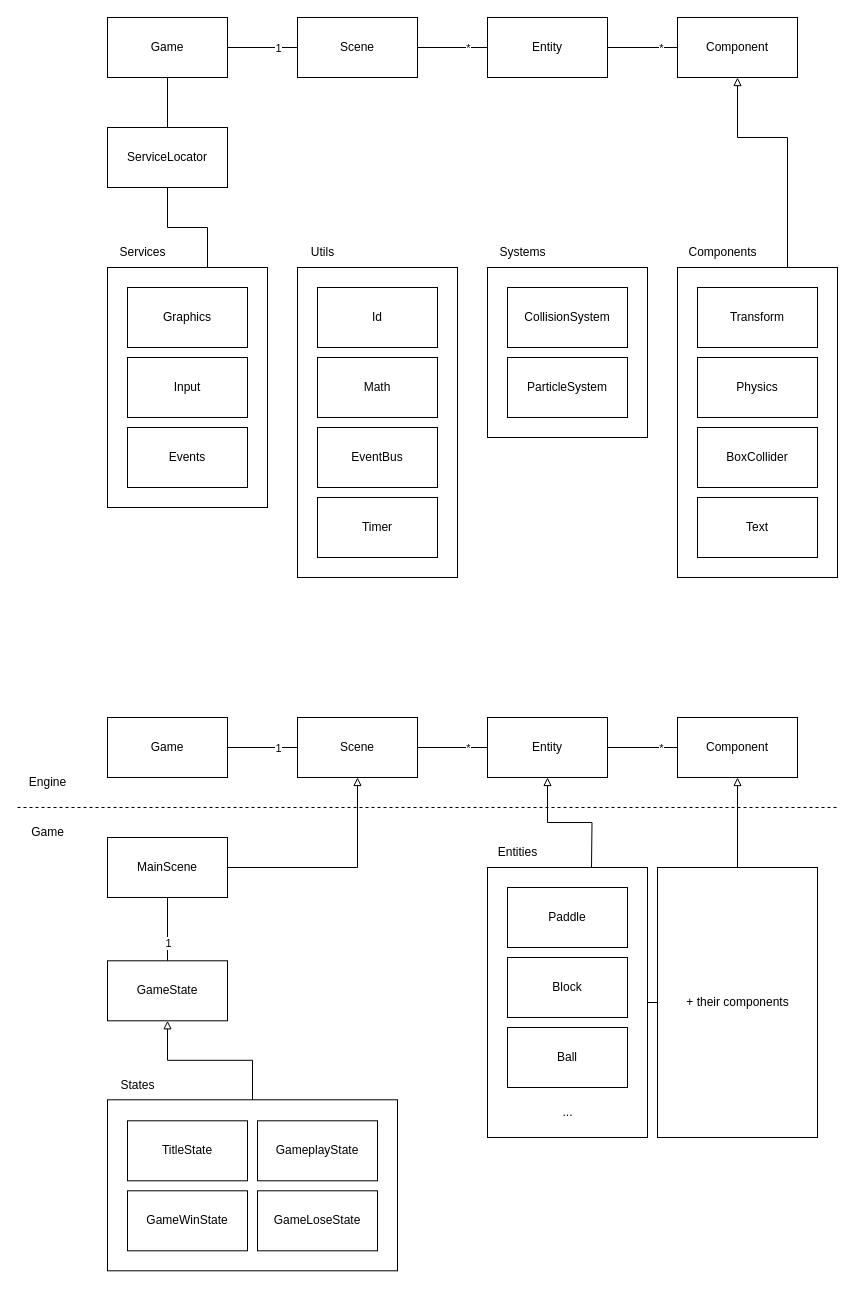
lmalmber/breakout keeps this draw.io diagram as docs/game.drawio. Above is the earlier version. Source tidied: cells renumbered, new cells numbered last; positions are measured from the earlier drawing's top-left corner, leaving out a move shared by most shapes. Both pictures are drawn from the tidied source at 100%, with x=0, y=0 at pixel (17, 17).
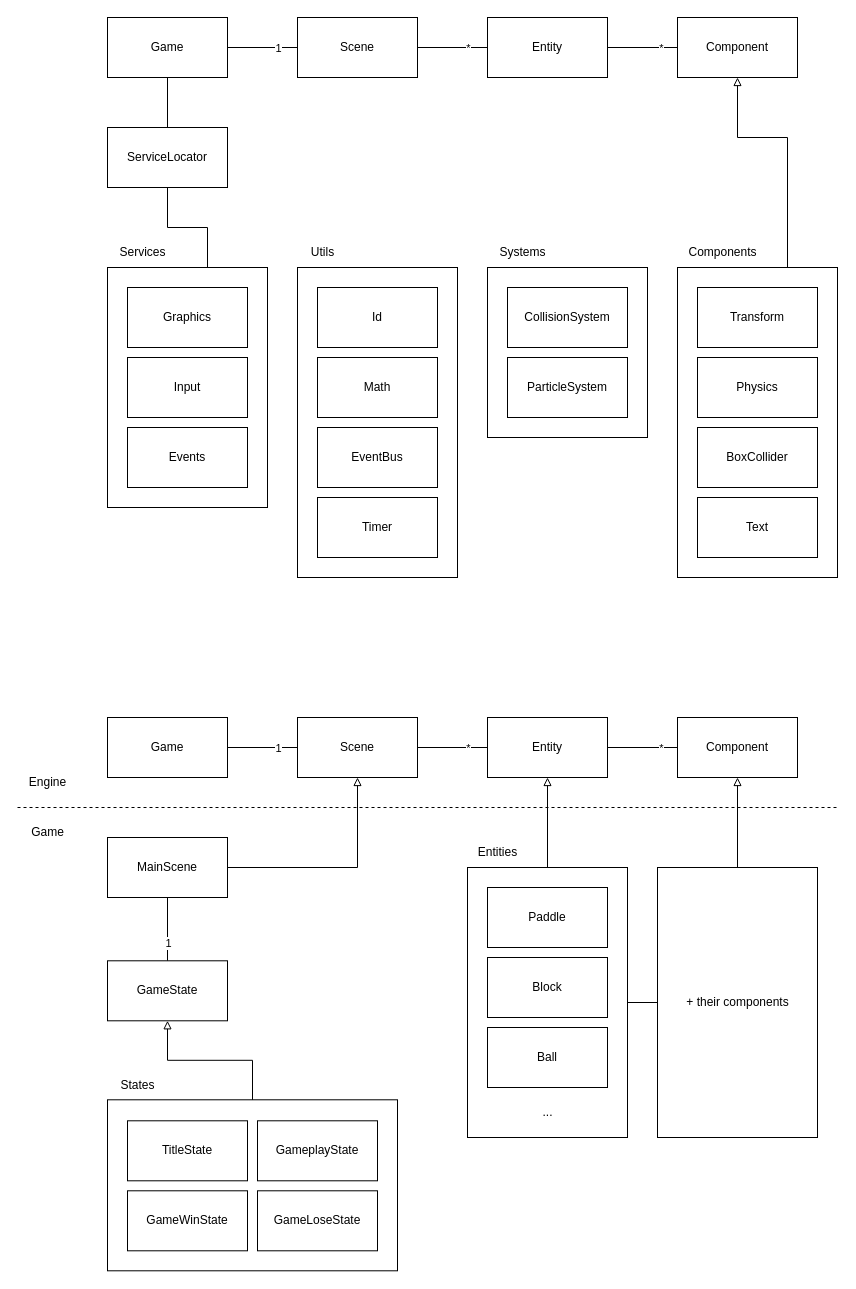
The same diagram, later.

Unchanged cells that the change refers to:
```xml
<mxCell id="44" value="Entity" style="rounded=0;whiteSpace=wrap;html=1;" parent="1" vertex="1">
  <mxGeometry x="470" y="700" width="120" height="60" as="geometry" />
</mxCell>
```

What changed in the source:
```diff
@@
+    <mxCell id="73" style="edgeStyle=orthogonalEdgeStyle;rounded=0;jettySize=auto;html=1;entryX=0.5;entryY=1;entryDx=0;entryDy=0;endArrow=block;endFill=0;" parent="1" edge="1" source="2" target="44">
+      <mxGeometry relative="1" as="geometry" />
+    </mxCell>
     <mxCell id="2" style="rounded=0;whiteSpace=wrap;html=1;gradientColor=none;fillColor=none;" parent="1" vertex="1">
-      <mxGeometry x="470" y="850" width="160" height="270" as="geometry" />
+      <mxGeometry x="450" y="850" width="160" height="270" as="geometry" />
     </mxCell>
@@
     <mxCell id="56" value="Paddle" style="rounded=0;whiteSpace=wrap;html=1;" parent="1" vertex="1">
-      <mxGeometry x="490" y="870" width="120" height="60" as="geometry" />
+      <mxGeometry x="470" y="870" width="120" height="60" as="geometry" />
     </mxCell>
     <mxCell id="57" value="Ball" style="rounded=0;whiteSpace=wrap;html=1;" parent="1" vertex="1">
-      <mxGeometry x="490" y="1010" width="120" height="60" as="geometry" />
+      <mxGeometry x="470" y="1010" width="120" height="60" as="geometry" />
     </mxCell>
     <mxCell id="58" value="Block" style="rounded=0;whiteSpace=wrap;html=1;" parent="1" vertex="1">
-      <mxGeometry x="490" y="940" width="120" height="60" as="geometry" />
+      <mxGeometry x="470" y="940" width="120" height="60" as="geometry" />
     </mxCell>
@@
     <mxCell id="65" value="Entities" style="text;html=1;align=center;verticalAlign=middle;strokeColor=none;fillColor=none;" parent="1" vertex="1">
-      <mxGeometry x="470" y="820" width="60" height="30" as="geometry" />
+      <mxGeometry x="450" y="820" width="60" height="30" as="geometry" />
     </mxCell>
@@
-    <mxCell id="67" style="edgeStyle=orthogonalEdgeStyle;rounded=0;jettySize=auto;html=1;startArrow=block;startFill=0;endArrow=none;endFill=0;" parent="1" edge="1" source="44">
-      <mxGeometry relative="1" as="geometry">
-        <mxPoint x="574" y="850" as="targetPoint" />
-      </mxGeometry>
-    </mxCell>
@@
     <mxCell id="69" value="..." style="text;html=1;align=center;verticalAlign=middle;strokeColor=none;fillColor=none;" parent="1" vertex="1">
-      <mxGeometry x="535" y="1080" width="30" height="30" as="geometry" />
+      <mxGeometry x="515" y="1080" width="30" height="30" as="geometry" />
     </mxCell>
```
